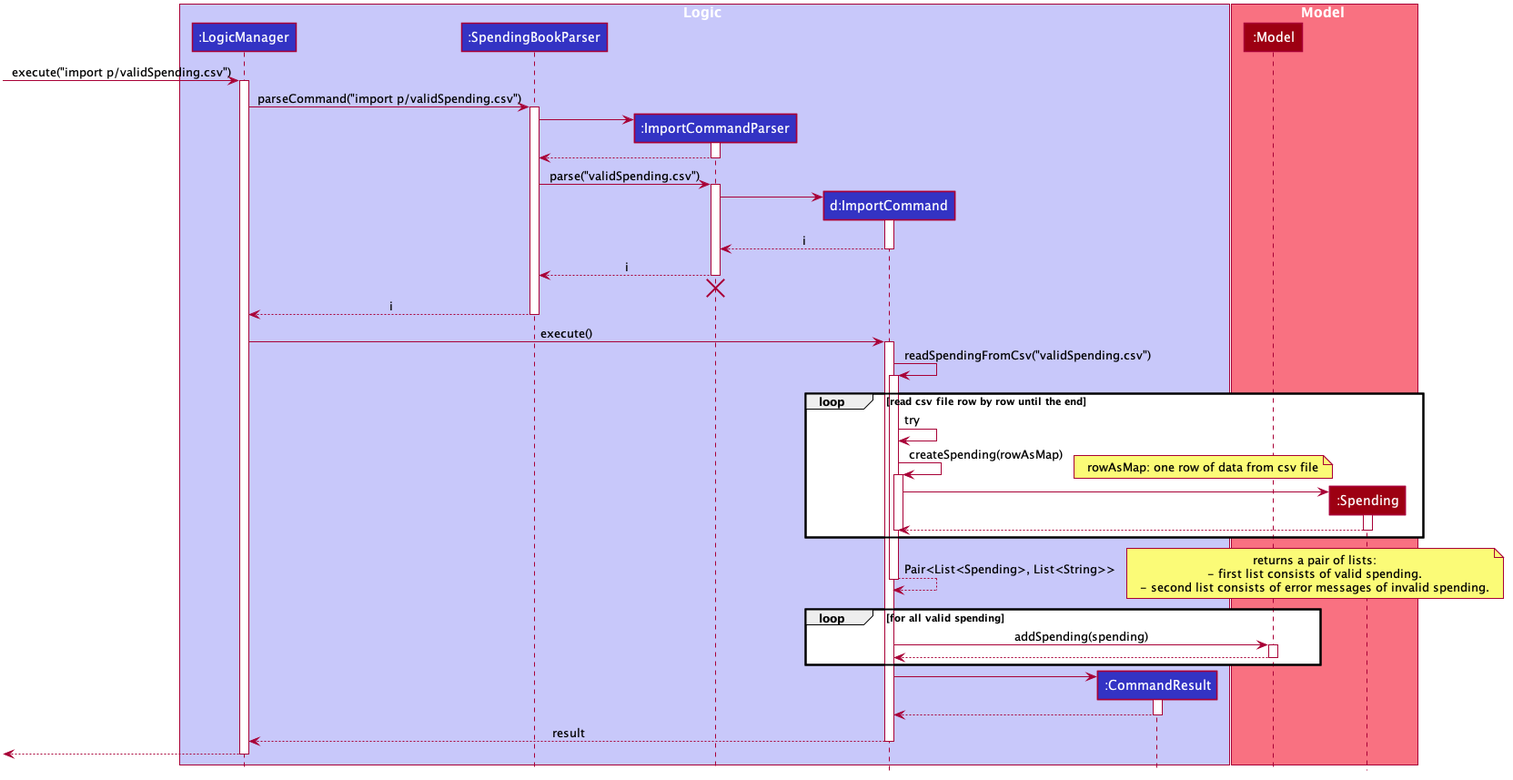
Earlier version of the PlantUML export docs/images/ImportSequenceDiagram.png (nus-cs2103-AY1920S1/addressbook-level3).
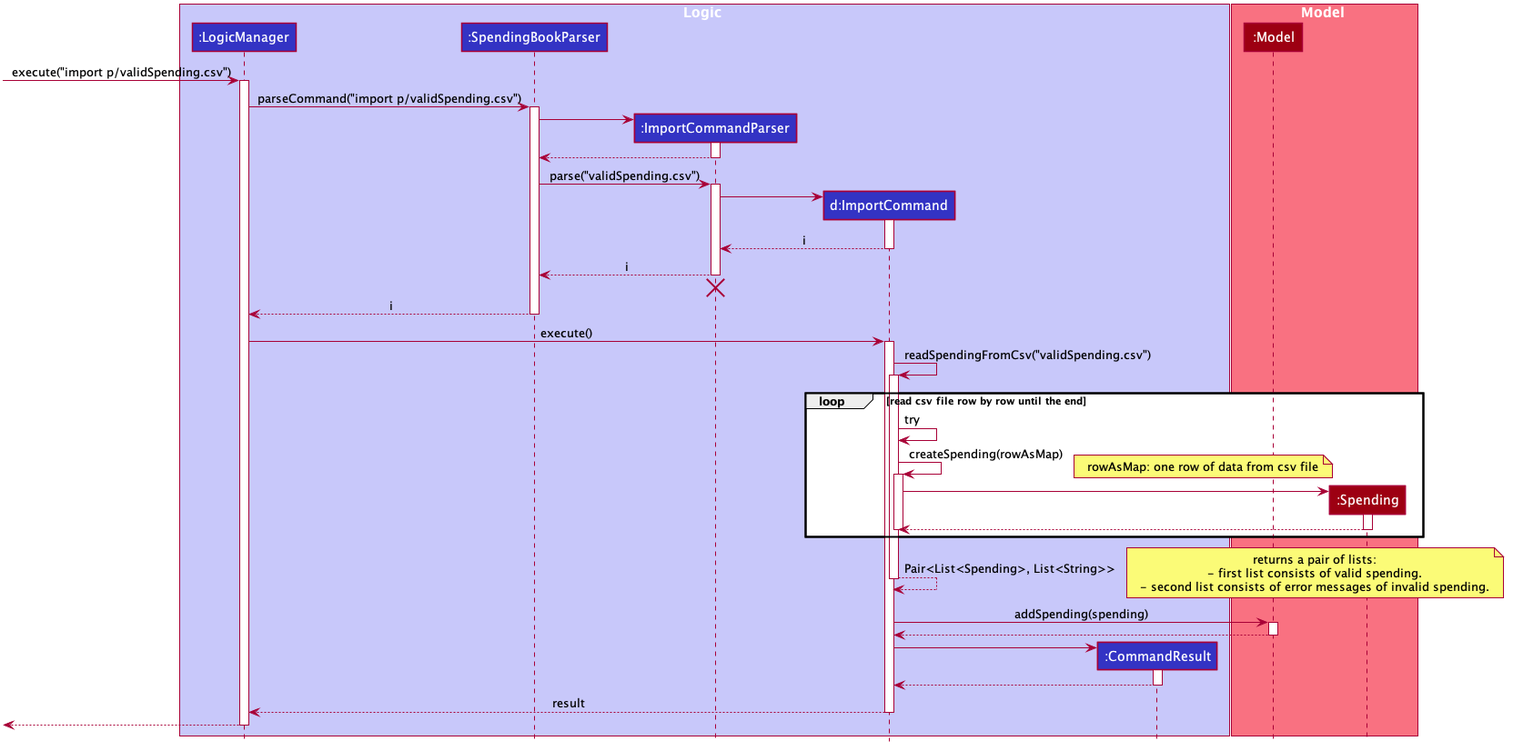
After the commit.

Change to the diagram source:
```diff
@@ -119,12 +119,10 @@
 end note
 deactivate ImportCommand
 
-loop for all valid spending
-  ImportCommand -> Model : addSpending(spending)
-  activate Model
-  Model --> ImportCommand
-  deactivate Model
-end
+ImportCommand -> Model : addSpending(spending)
+activate Model
+Model --> ImportCommand
+deactivate Model
 
 create CommandResult
 ImportCommand -> CommandResult
```
